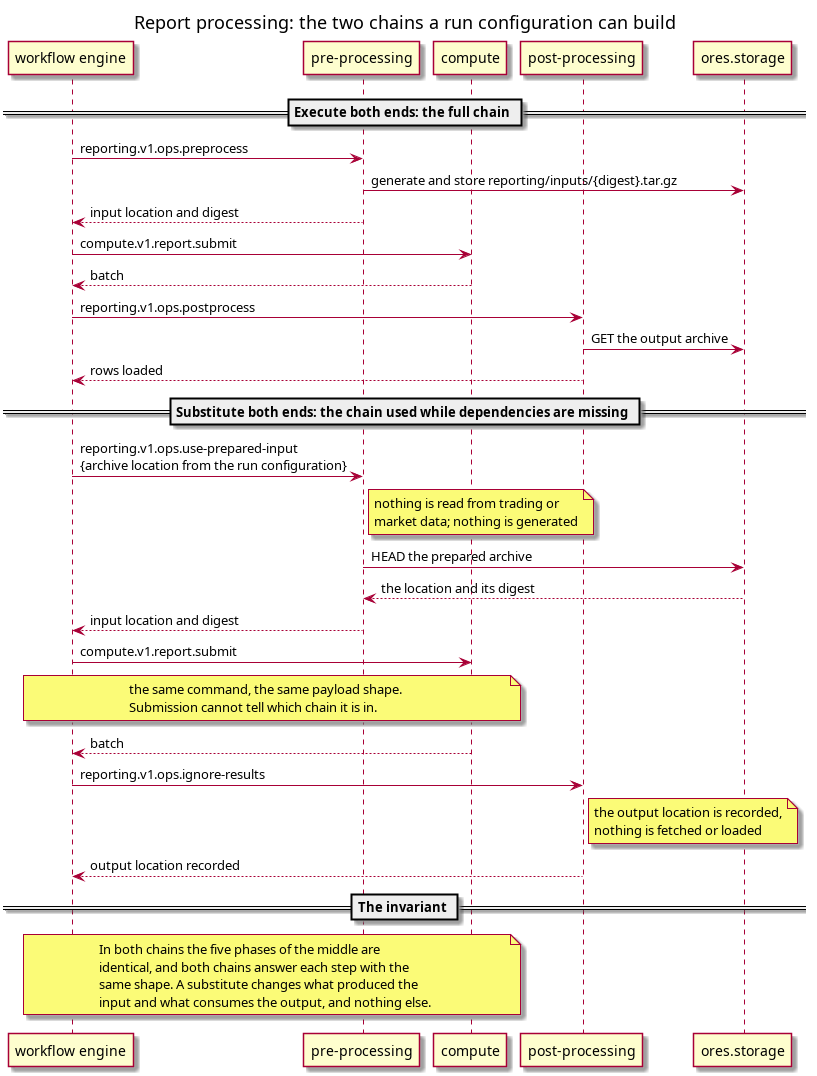
Above: doc/knowledge/architecture/report_execution_substitution.png in OreStudio/OreStudio (PlantUML), before the change. Its source is kept beside it as doc/knowledge/architecture/report_execution_substitution.puml. The source it was exported from:
```plantuml
@startuml

title Report processing: the two chains a run configuration can build

participant "workflow engine" as wf
participant "pre-processing" as pre
participant "compute" as comp
participant "post-processing" as post
participant "ores.storage" as store

== Execute both ends: the full chain ==
wf -> pre : reporting.v1.ops.preprocess
pre -> store : generate and store reporting/inputs/{digest}.tar.gz
pre --> wf : input location and digest
wf -> comp : compute.v1.report.submit
comp --> wf : batch
wf -> post : reporting.v1.ops.postprocess
post -> store : GET the output archive
post --> wf : rows loaded

== Substitute both ends: the chain used while dependencies are missing ==
wf -> pre : reporting.v1.ops.use-prepared-input\n{archive location from the run configuration}
note right of pre : nothing is read from trading or\nmarket data; nothing is generated
pre -> store : HEAD the prepared archive
store --> pre : the location and its digest
pre --> wf : input location and digest
wf -> comp : compute.v1.report.submit
note over wf, comp : the same command, the same payload shape.\nSubmission cannot tell which chain it is in.
comp --> wf : batch
wf -> post : reporting.v1.ops.ignore-results
note right of post : the output location is recorded,\nnothing is fetched or loaded
post --> wf : output location recorded

== The invariant ==
note over wf, comp
  In both chains the five phases of the middle are
  identical, and both chains answer each step with the
  same shape. A substitute changes what produced the
  input and what consumes the output, and nothing else.
end note

@enduml
```
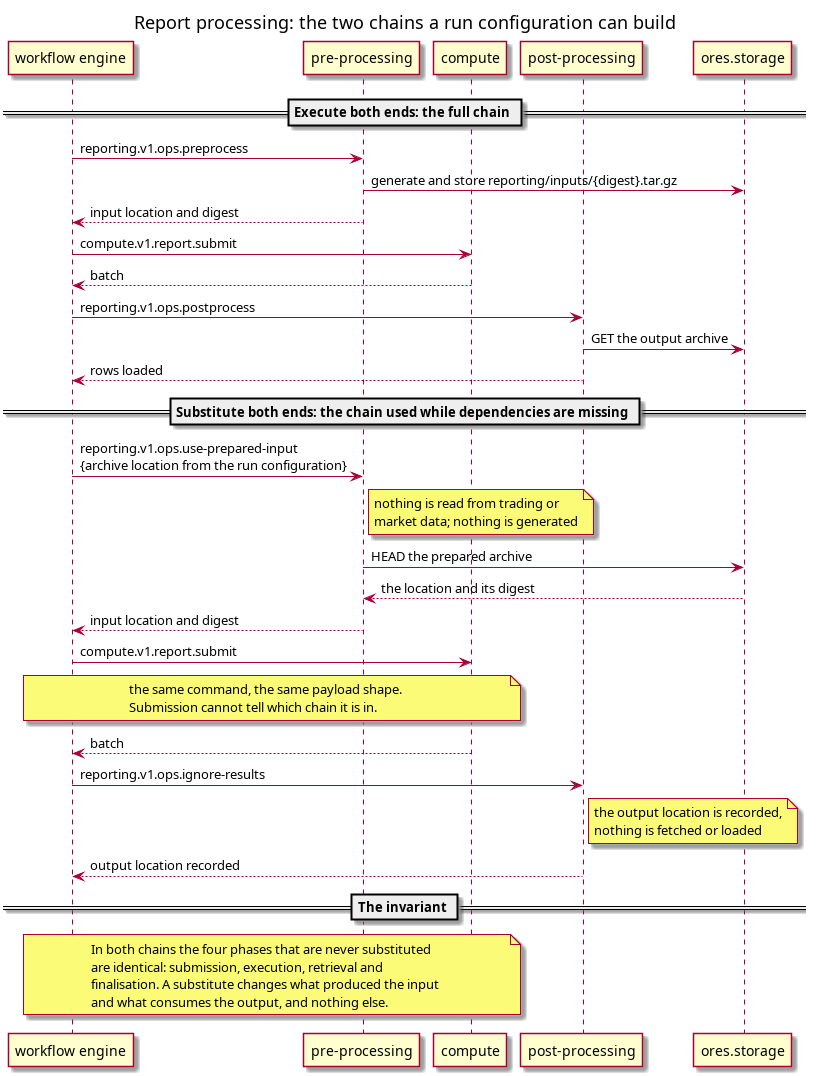
The same file after the commit.

Diff of the diagram source:
```diff
@@ -33,10 +33,10 @@
 
 == The invariant ==
 note over wf, comp
-  In both chains the five phases of the middle are
-  identical, and both chains answer each step with the
-  same shape. A substitute changes what produced the
-  input and what consumes the output, and nothing else.
+  In both chains the four phases that are never substituted
+  are identical: submission, execution, retrieval and
+  finalisation. A substitute changes what produced the input
+  and what consumes the output, and nothing else.
 end note
 
 @enduml
```
